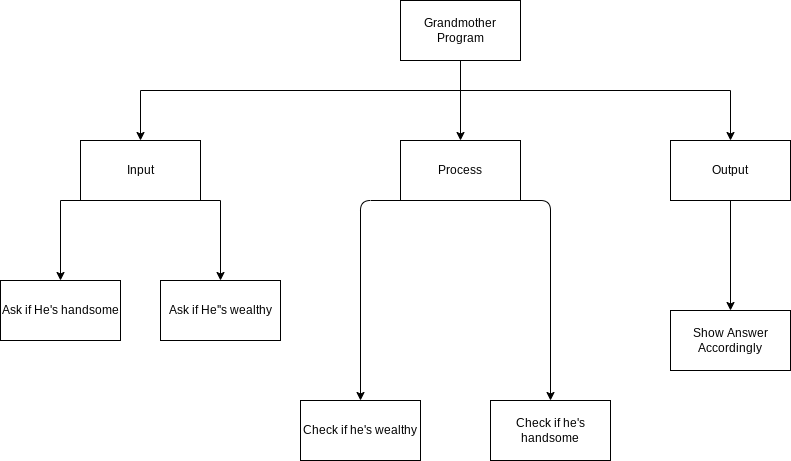
Ethan-Prieur1/ICS3U-Unit3-07-Python keeps this draw.io diagram as design.png. Above is the earlier version. Source tidied: cells renumbered, new cells last; positions are measured from the earlier drawing's top-left corner, leaving out a move shared by most shapes.
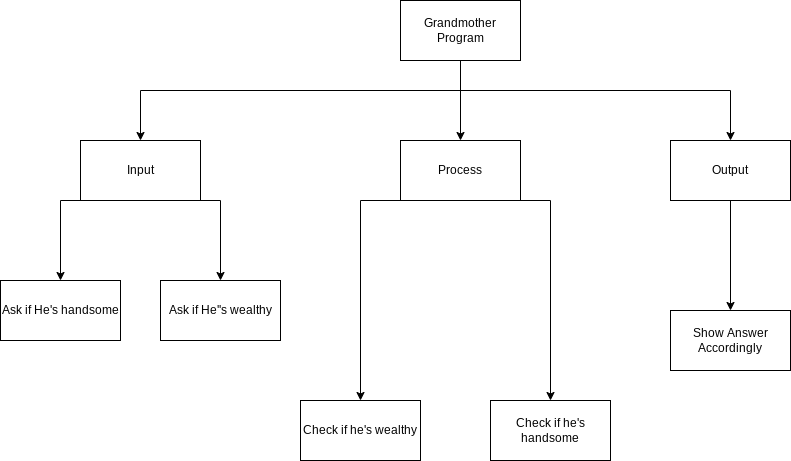
After the commit.

Commit message:
patrick star

What changed in the source:
```diff
@@ -43,14 +43,14 @@
     <mxCell id="8" value="Input" style="rounded=0;whiteSpace=wrap;html=1;" parent="1" vertex="1">
       <mxGeometry x="80" y="140" width="120" height="60" as="geometry" />
     </mxCell>
-    <mxCell id="9" style="edgeStyle=none;html=1;exitX=0.5;exitY=1;exitDx=0;exitDy=0;entryX=0.5;entryY=0;entryDx=0;entryDy=0;" parent="1" edge="1" source="11" target="16">
+    <mxCell id="9" style="edgeStyle=none;html=1;exitX=0.5;exitY=1;exitDx=0;exitDy=0;entryX=0.5;entryY=0;entryDx=0;entryDy=0;rounded=0;" parent="1" edge="1" source="11" target="16">
       <mxGeometry relative="1" as="geometry">
         <Array as="points">
           <mxPoint x="360" y="200" />
         </Array>
       </mxGeometry>
     </mxCell>
-    <mxCell id="10" style="edgeStyle=none;html=1;exitX=1;exitY=1;exitDx=0;exitDy=0;entryX=0.5;entryY=0;entryDx=0;entryDy=0;" parent="1" edge="1" source="11" target="18">
+    <mxCell id="10" style="edgeStyle=none;html=1;exitX=1;exitY=1;exitDx=0;exitDy=0;entryX=0.5;entryY=0;entryDx=0;entryDy=0;rounded=0;" parent="1" edge="1" source="11" target="18">
       <mxGeometry relative="1" as="geometry">
         <Array as="points">
           <mxPoint x="550" y="200" />
```
